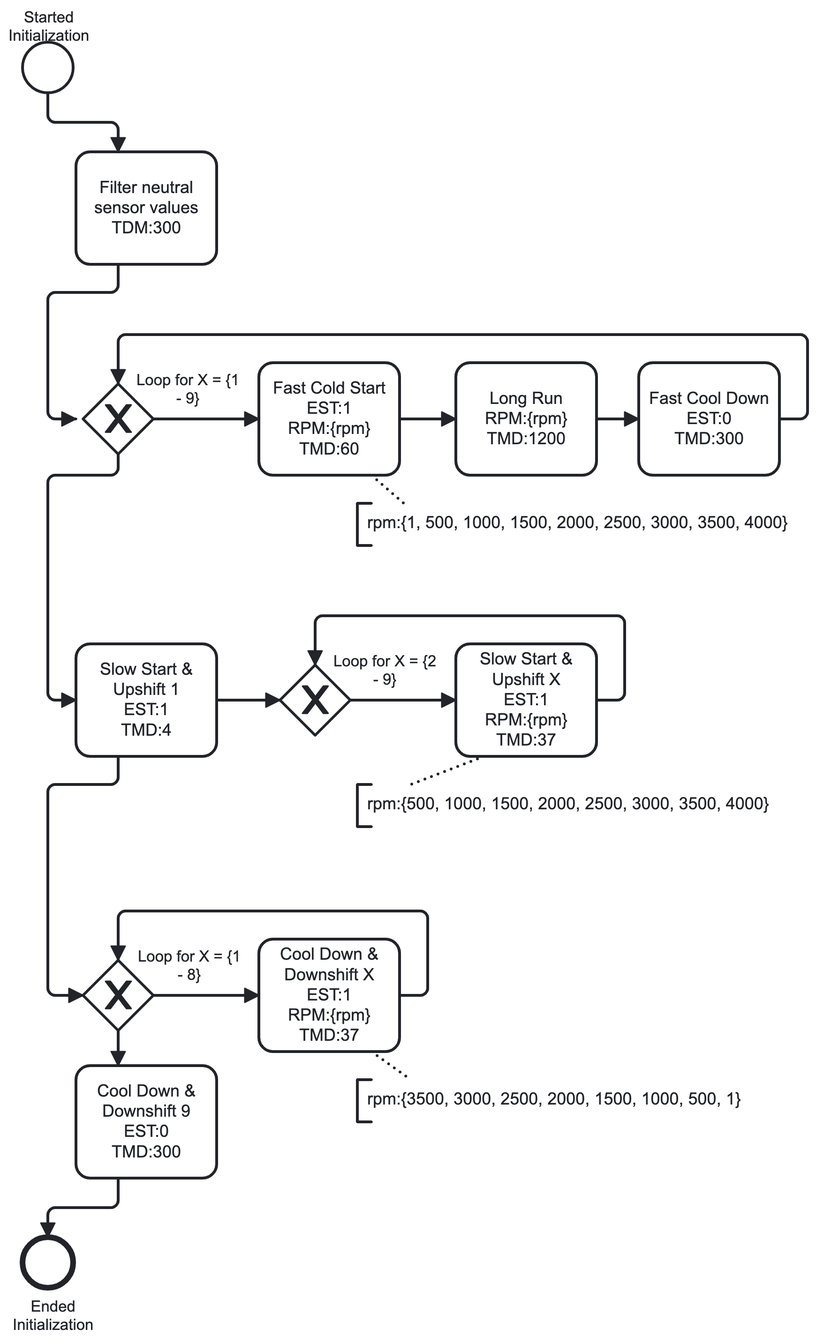
This is src/main/resources/adminFiles/setup.png from felix-klein/AdvancedPracticalCourse, a BPMN export, as it was before one commit. Its source is kept beside it as src/main/resources/adminFiles/setup.bpmn. Ids are renumbered.
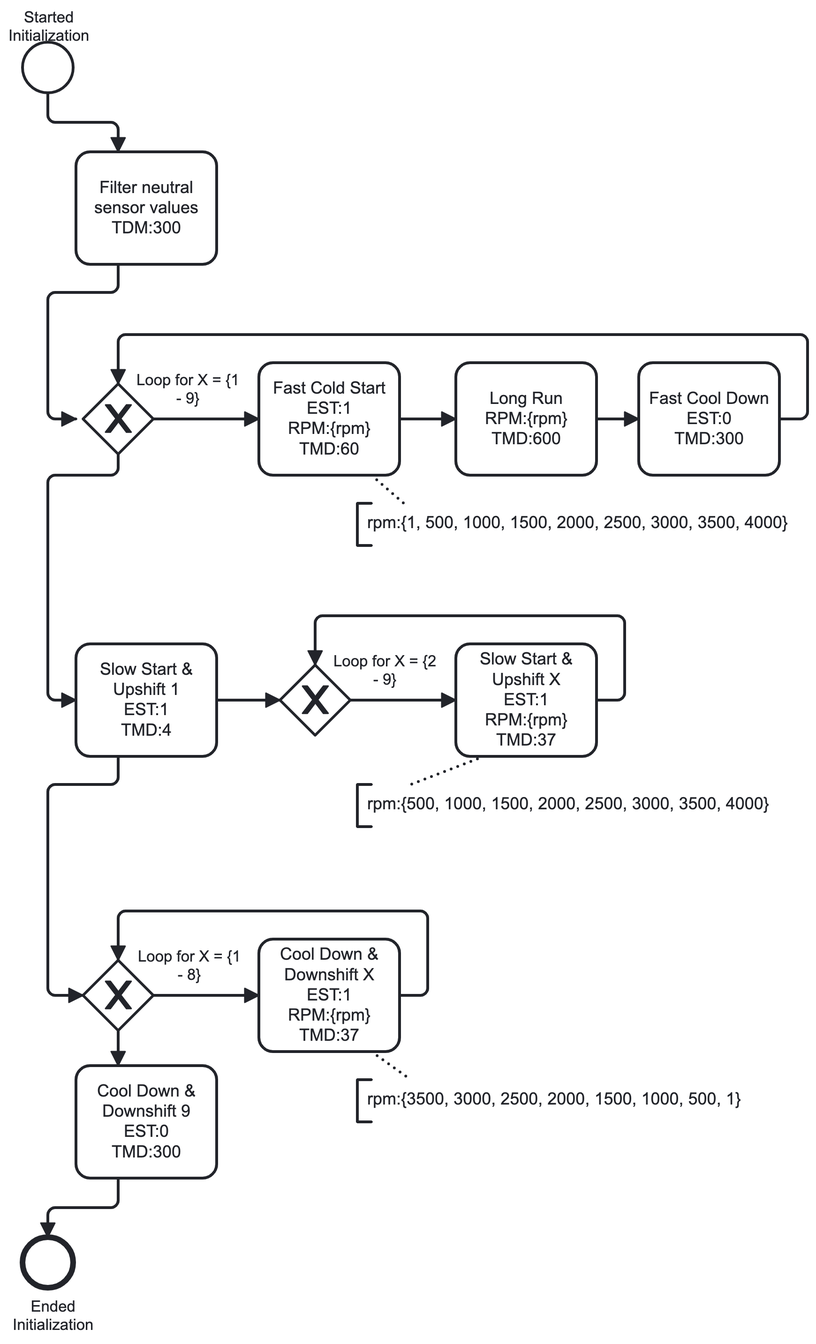
Later version of the same file.

Diff of the diagram source:
```diff
@@ -21,7 +21,7 @@
       <bpmn:incoming>Flow_n10</bpmn:incoming>
       <bpmn:outgoing>Flow_n13</bpmn:outgoing>
     </bpmn:task>
-    <bpmn:task id="Activity_n14" name="Long Run&#10;RPM:{rpm}&#10;TMD:1200">
+    <bpmn:task id="Activity_n14" name="Long Run&#10;RPM:{rpm}&#10;TMD:600">
       <bpmn:incoming>Flow_n13</bpmn:incoming>
       <bpmn:outgoing>Flow_n15</bpmn:outgoing>
     </bpmn:task>
@@ -87,16 +87,20 @@
   </bpmn:process>
   <bpmndi:BPMNDiagram id="BPMNDiagram_1">
     <bpmndi:BPMNPlane id="BPMNPlane_1" bpmnElement="I-Setup">
-      <bpmndi:BPMNShape id="TextAnnotation_n30_di" bpmnElement="TextAnnotation_n30">
-        <dc:Bounds x="390" y="430" width="320" height="30" />
-        <bpmndi:BPMNLabel />
+      <bpmndi:BPMNShape id="Event_19llt6n_di" bpmnElement="Event_n2">
+        <dc:Bounds x="152" y="102" width="36" height="36" />
+        <bpmndi:BPMNLabel>
+          <dc:Bounds x="142" y="78" width="58" height="27" />
+        </bpmndi:BPMNLabel>
       </bpmndi:BPMNShape>
-      <bpmndi:BPMNShape id="BPMNShape_n36" bpmnElement="TextAnnotation_n32">
-        <dc:Bounds x="390" y="630" width="320" height="30" />
-        <bpmndi:BPMNLabel />
+      <bpmndi:BPMNShape id="Event_n4_di" bpmnElement="Event_n4">
+        <dc:Bounds x="152" y="952" width="36" height="36" />
+        <bpmndi:BPMNLabel>
+          <dc:Bounds x="145" y="995" width="58" height="27" />
+        </bpmndi:BPMNLabel>
       </bpmndi:BPMNShape>
-      <bpmndi:BPMNShape id="BPMNShape_n37" bpmnElement="TextAnnotation_n34">
-        <dc:Bounds x="390" y="840" width="320" height="30" />
+      <bpmndi:BPMNShape id="Activity_n6_di" bpmnElement="Activity_n6">
+        <dc:Bounds x="190" y="180" width="100" height="80" />
         <bpmndi:BPMNLabel />
       </bpmndi:BPMNShape>
       <bpmndi:BPMNShape id="Gateway_n8_di" bpmnElement="Gateway_n8" isMarkerVisible="true">
@@ -109,26 +113,12 @@
         <dc:Bounds x="320" y="330" width="100" height="80" />
         <bpmndi:BPMNLabel />
       </bpmndi:BPMNShape>
-      <bpmndi:BPMNShape id="BPMNShape_n39" bpmnElement="Activity_n16">
-        <dc:Bounds x="590" y="330" width="100" height="80" />
-        <bpmndi:BPMNLabel />
-      </bpmndi:BPMNShape>
       <bpmndi:BPMNShape id="BPMNShape_n40" bpmnElement="Activity_n14">
         <dc:Bounds x="460" y="330" width="100" height="80" />
         <bpmndi:BPMNLabel />
       </bpmndi:BPMNShape>
-      <bpmndi:BPMNShape id="BPMNShape_n41" bpmnElement="Gateway_n26" isMarkerVisible="true">
-        <dc:Bounds x="195" y="755" width="50" height="50" />
-        <bpmndi:BPMNLabel>
-          <dc:Bounds x="234" y="746" width="74" height="27" />
-        </bpmndi:BPMNLabel>
-      </bpmndi:BPMNShape>
-      <bpmndi:BPMNShape id="BPMNShape_n42" bpmnElement="Activity_n29">
-        <dc:Bounds x="320" y="740" width="100" height="80" />
-        <bpmndi:BPMNLabel />
-      </bpmndi:BPMNShape>
-      <bpmndi:BPMNShape id="Activity_n6_di" bpmnElement="Activity_n6">
-        <dc:Bounds x="190" y="180" width="100" height="80" />
+      <bpmndi:BPMNShape id="BPMNShape_n39" bpmnElement="Activity_n16">
+        <dc:Bounds x="590" y="330" width="100" height="80" />
         <bpmndi:BPMNLabel />
       </bpmndi:BPMNShape>
       <bpmndi:BPMNShape id="Activity_n17_di" bpmnElement="Activity_n17">
@@ -145,33 +135,37 @@
         <dc:Bounds x="460" y="530" width="100" height="80" />
         <bpmndi:BPMNLabel />
       </bpmndi:BPMNShape>
-      <bpmndi:BPMNShape id="Event_19llt6n_di" bpmnElement="Event_n2">
-        <dc:Bounds x="152" y="102" width="36" height="36" />
-        <bpmndi:BPMNLabel>
-          <dc:Bounds x="142" y="78" width="58" height="27" />
-        </bpmndi:BPMNLabel>
-      </bpmndi:BPMNShape>
       <bpmndi:BPMNShape id="BPMNShape_n45" bpmnElement="Activity_n24">
         <dc:Bounds x="190" y="830" width="100" height="80" />
         <bpmndi:BPMNLabel />
       </bpmndi:BPMNShape>
-      <bpmndi:BPMNShape id="Event_n4_di" bpmnElement="Event_n4">
-        <dc:Bounds x="152" y="952" width="36" height="36" />
+      <bpmndi:BPMNShape id="BPMNShape_n41" bpmnElement="Gateway_n26" isMarkerVisible="true">
+        <dc:Bounds x="195" y="755" width="50" height="50" />
         <bpmndi:BPMNLabel>
-          <dc:Bounds x="145" y="995" width="58" height="27" />
+          <dc:Bounds x="234" y="746" width="74" height="27" />
         </bpmndi:BPMNLabel>
       </bpmndi:BPMNShape>
-      <bpmndi:BPMNEdge id="Association_n31_di" bpmnElement="Association_n31">
-        <di:waypoint x="400" y="410" />
-        <di:waypoint x="423" y="430" />
-      </bpmndi:BPMNEdge>
-      <bpmndi:BPMNEdge id="BPMNEdge_n46" bpmnElement="Association_n33">
-        <di:waypoint x="480" y="610" />
-        <di:waypoint x="428" y="630" />
-      </bpmndi:BPMNEdge>
-      <bpmndi:BPMNEdge id="BPMNEdge_n47" bpmnElement="Association_n35">
-        <di:waypoint x="400" y="820" />
-        <di:waypoint x="428" y="840" />
+      <bpmndi:BPMNShape id="BPMNShape_n42" bpmnElement="Activity_n29">
+        <dc:Bounds x="320" y="740" width="100" height="80" />
+        <bpmndi:BPMNLabel />
+      </bpmndi:BPMNShape>
+      <bpmndi:BPMNShape id="TextAnnotation_n30_di" bpmnElement="TextAnnotation_n30">
+        <dc:Bounds x="390" y="430" width="320" height="30" />
+        <bpmndi:BPMNLabel />
+      </bpmndi:BPMNShape>
+      <bpmndi:BPMNShape id="BPMNShape_n36" bpmnElement="TextAnnotation_n32">
+        <dc:Bounds x="390" y="630" width="320" height="30" />
+        <bpmndi:BPMNLabel />
+      </bpmndi:BPMNShape>
+      <bpmndi:BPMNShape id="BPMNShape_n37" bpmnElement="TextAnnotation_n34">
+        <dc:Bounds x="390" y="840" width="320" height="30" />
+        <bpmndi:BPMNLabel />
+      </bpmndi:BPMNShape>
+      <bpmndi:BPMNEdge id="Flow_n3_di" bpmnElement="Flow_n3">
+        <di:waypoint x="170" y="138" />
+        <di:waypoint x="170" y="159" />
+        <di:waypoint x="220" y="159" />
+        <di:waypoint x="220" y="180" />
       </bpmndi:BPMNEdge>
       <bpmndi:BPMNEdge id="Flow_n7_di" bpmnElement="Flow_n7">
         <di:waypoint x="220" y="260" />
@@ -180,29 +174,9 @@
         <di:waypoint x="170" y="370" />
         <di:waypoint x="190" y="370" />
       </bpmndi:BPMNEdge>
-      <bpmndi:BPMNEdge id="Flow_n9_di" bpmnElement="Flow_n9">
-        <di:waypoint x="690" y="370" />
-        <di:waypoint x="710" y="370" />
-        <di:waypoint x="710" y="310" />
-        <di:waypoint x="220" y="310" />
-        <di:waypoint x="220" y="345" />
-      </bpmndi:BPMNEdge>
       <bpmndi:BPMNEdge id="Flow_n10_di" bpmnElement="Flow_n10">
         <di:waypoint x="245" y="370" />
         <di:waypoint x="320" y="370" />
-      </bpmndi:BPMNEdge>
-      <bpmndi:BPMNEdge id="Flow_n3_di" bpmnElement="Flow_n3">
-        <di:waypoint x="170" y="138" />
-        <di:waypoint x="170" y="159" />
-        <di:waypoint x="220" y="159" />
-        <di:waypoint x="220" y="180" />
-      </bpmndi:BPMNEdge>
-      <bpmndi:BPMNEdge id="Flow_n11_di" bpmnElement="Flow_n11">
-        <di:waypoint x="220" y="395" />
-        <di:waypoint x="220" y="410" />
-        <di:waypoint x="170" y="410" />
-        <di:waypoint x="170" y="570" />
-        <di:waypoint x="190" y="570" />
       </bpmndi:BPMNEdge>
       <bpmndi:BPMNEdge id="Flow_n13_di" bpmnElement="Flow_n13">
         <di:waypoint x="420" y="370" />
@@ -211,6 +185,35 @@
       <bpmndi:BPMNEdge id="Flow_n15_di" bpmnElement="Flow_n15">
         <di:waypoint x="560" y="370" />
         <di:waypoint x="590" y="370" />
+      </bpmndi:BPMNEdge>
+      <bpmndi:BPMNEdge id="Flow_n9_di" bpmnElement="Flow_n9">
+        <di:waypoint x="690" y="370" />
+        <di:waypoint x="710" y="370" />
+        <di:waypoint x="710" y="310" />
+        <di:waypoint x="220" y="310" />
+        <di:waypoint x="220" y="345" />
+      </bpmndi:BPMNEdge>
+      <bpmndi:BPMNEdge id="BPMNEdge_n51" bpmnElement="Flow_n22">
+        <di:waypoint x="385" y="570" />
+        <di:waypoint x="460" y="570" />
+      </bpmndi:BPMNEdge>
+      <bpmndi:BPMNEdge id="BPMNEdge_n50" bpmnElement="Flow_n21">
+        <di:waypoint x="560" y="570" />
+        <di:waypoint x="580" y="570" />
+        <di:waypoint x="580" y="510" />
+        <di:waypoint x="360" y="510" />
+        <di:waypoint x="360" y="545" />
+      </bpmndi:BPMNEdge>
+      <bpmndi:BPMNEdge id="Flow_n18_di" bpmnElement="Flow_n18">
+        <di:waypoint x="290" y="570" />
+        <di:waypoint x="335" y="570" />
+      </bpmndi:BPMNEdge>
+      <bpmndi:BPMNEdge id="Flow_n11_di" bpmnElement="Flow_n11">
+        <di:waypoint x="220" y="395" />
+        <di:waypoint x="220" y="410" />
+        <di:waypoint x="170" y="410" />
+        <di:waypoint x="170" y="570" />
+        <di:waypoint x="190" y="570" />
       </bpmndi:BPMNEdge>
       <bpmndi:BPMNEdge id="BPMNEdge_n48" bpmnElement="Flow_n27">
         <di:waypoint x="420" y="780" />
@@ -234,27 +237,24 @@
         <di:waypoint x="220" y="805" />
         <di:waypoint x="220" y="830" />
       </bpmndi:BPMNEdge>
-      <bpmndi:BPMNEdge id="Flow_n18_di" bpmnElement="Flow_n18">
-        <di:waypoint x="290" y="570" />
-        <di:waypoint x="335" y="570" />
-      </bpmndi:BPMNEdge>
-      <bpmndi:BPMNEdge id="BPMNEdge_n50" bpmnElement="Flow_n21">
-        <di:waypoint x="560" y="570" />
-        <di:waypoint x="580" y="570" />
-        <di:waypoint x="580" y="510" />
-        <di:waypoint x="360" y="510" />
-        <di:waypoint x="360" y="545" />
-      </bpmndi:BPMNEdge>
-      <bpmndi:BPMNEdge id="BPMNEdge_n51" bpmnElement="Flow_n22">
-        <di:waypoint x="385" y="570" />
-        <di:waypoint x="460" y="570" />
-      </bpmndi:BPMNEdge>
       <bpmndi:BPMNEdge id="Flow_n5_di" bpmnElement="Flow_n5">
         <di:waypoint x="220" y="910" />
         <di:waypoint x="220" y="931" />
         <di:waypoint x="170" y="931" />
         <di:waypoint x="170" y="952" />
       </bpmndi:BPMNEdge>
+      <bpmndi:BPMNEdge id="Association_n31_di" bpmnElement="Association_n31">
+        <di:waypoint x="400" y="410" />
+        <di:waypoint x="423" y="430" />
+      </bpmndi:BPMNEdge>
+      <bpmndi:BPMNEdge id="BPMNEdge_n46" bpmnElement="Association_n33">
+        <di:waypoint x="480" y="610" />
+        <di:waypoint x="428" y="630" />
+      </bpmndi:BPMNEdge>
+      <bpmndi:BPMNEdge id="BPMNEdge_n47" bpmnElement="Association_n35">
+        <di:waypoint x="400" y="820" />
+        <di:waypoint x="428" y="840" />
+      </bpmndi:BPMNEdge>
     </bpmndi:BPMNPlane>
   </bpmndi:BPMNDiagram>
 </bpmn:definitions>
```
